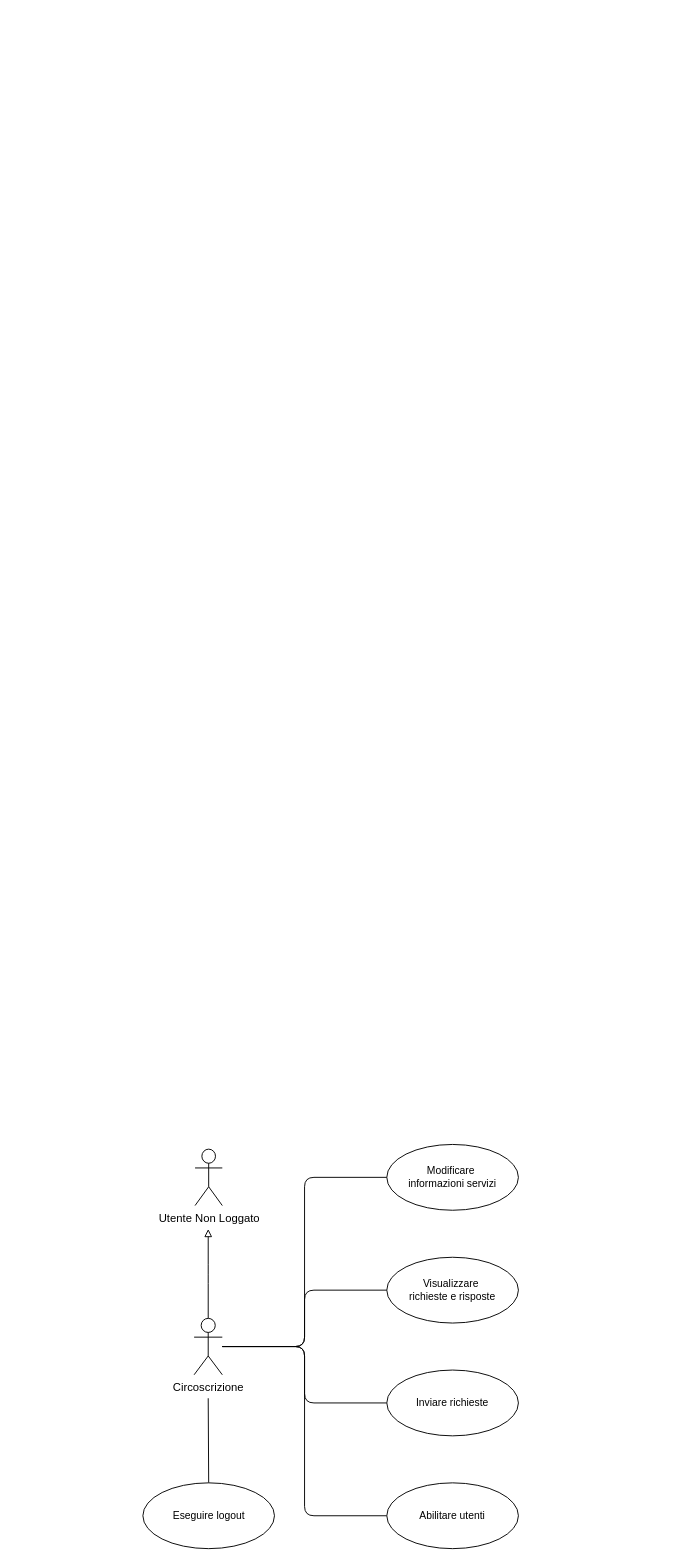
Above: page "circoscrizione" (3 of 6) of deliverable/images/UseCase_diagrams/UseCase.drawio in lucafano04/progettoIngenieriaSoftware (draw.io), before the change. Source tidied: cells renumbered, new cells numbered last; positions are measured from the earlier drawing's top-left corner, leaving out a move shared by most shapes. Both pictures are drawn from the tidied source at 94%, with x=0, y=0 at pixel (143, 1144).
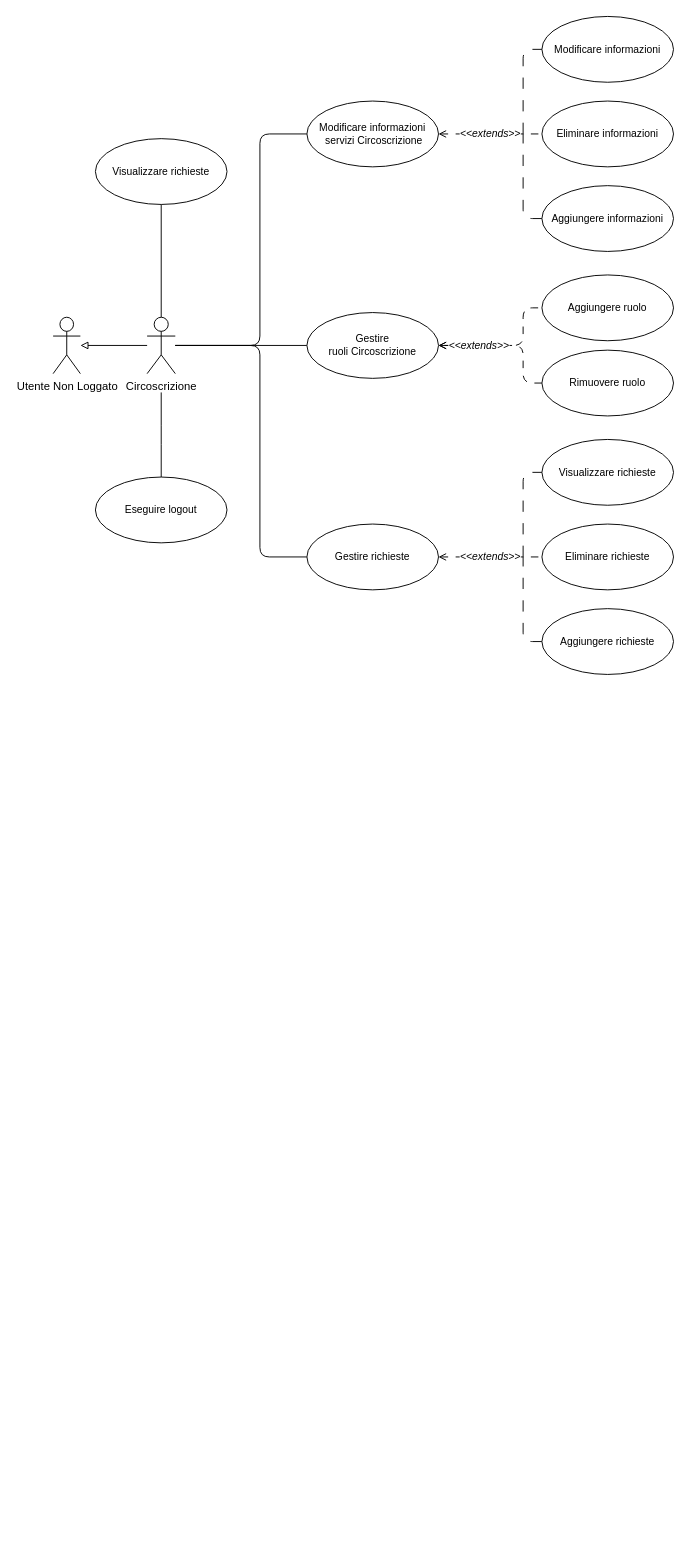
The same page after the edit.

Change to the diagram source:
```diff
@@
+    <mxCell id="15" style="edgeStyle=orthogonalEdgeStyle;rounded=0;jettySize=auto;html=1;endArrow=block;endFill=0;" parent="1" edge="1" source="11" target="2">
+      <mxGeometry relative="1" as="geometry" />
+    </mxCell>
+    <mxCell id="16" style="edgeStyle=orthogonalEdgeStyle;rounded=1;jettySize=auto;html=1;entryX=0;entryY=0.5;entryDx=0;entryDy=0;curved=0;endArrow=none;startFill=0;" parent="1" edge="1" source="11" target="25">
+      <mxGeometry relative="1" as="geometry">
+        <Array as="points">
+          <mxPoint x="124" y="-850" />
+          <mxPoint x="124" y="-1075" />
+        </Array>
+      </mxGeometry>
+    </mxCell>
+    <mxCell id="17" style="edgeStyle=orthogonalEdgeStyle;shape=connector;curved=0;rounded=1;jettySize=auto;html=1;strokeColor=default;align=center;verticalAlign=middle;fontFamily=Helvetica;fontSize=11;fontColor=default;labelBackgroundColor=default;startFill=0;endArrow=none;" parent="1" edge="1" source="11" target="23">
+      <mxGeometry relative="1" as="geometry" />
+    </mxCell>
+    <mxCell id="18" style="edgeStyle=orthogonalEdgeStyle;shape=connector;curved=0;rounded=1;jettySize=auto;html=1;entryX=0;entryY=0.5;entryDx=0;entryDy=0;strokeColor=default;align=center;verticalAlign=middle;fontFamily=Helvetica;fontSize=11;fontColor=default;labelBackgroundColor=default;startFill=0;endArrow=none;" parent="1" edge="1" source="11" target="35">
+      <mxGeometry relative="1" as="geometry">
+        <Array as="points">
+          <mxPoint x="124" y="-850" />
+          <mxPoint x="124" y="-625" />
+        </Array>
+      </mxGeometry>
+    </mxCell>
+    <mxCell id="19" style="edgeStyle=orthogonalEdgeStyle;shape=connector;curved=0;rounded=1;jettySize=auto;html=1;entryX=0.5;entryY=1;entryDx=0;entryDy=0;strokeColor=default;align=center;verticalAlign=middle;fontFamily=Helvetica;fontSize=11;fontColor=default;labelBackgroundColor=default;startFill=0;endArrow=none;" parent="1" edge="1" source="11" target="20">
+      <mxGeometry relative="1" as="geometry" />
+    </mxCell>
+    <mxCell id="11" value="Circoscrizione" style="shape=umlActor;verticalLabelPosition=bottom;verticalAlign=top;html=1;outlineConnect=0;" parent="1" vertex="1">
+      <mxGeometry x="4" y="-880" width="30" height="60" as="geometry" />
+    </mxCell>
     <mxCell id="2" value="Utente Non Loggato" style="shape=umlActor;verticalLabelPosition=bottom;verticalAlign=top;html=1;outlineConnect=0;" parent="1" vertex="1">
-      <mxGeometry x="55" y="5" width="29" height="60" as="geometry" />
+      <mxGeometry x="-96" y="-880" width="29" height="60" as="geometry" />
     </mxCell>
-    <mxCell id="3" value="Modificare&amp;nbsp;&lt;div&gt;informazioni servizi&lt;/div&gt;" style="ellipse;whiteSpace=wrap;html=1;fontFamily=Helvetica;fontSize=11;fontColor=default;labelBackgroundColor=default;" parent="1" vertex="1">
-      <mxGeometry x="259" width="140" height="70" as="geometry" />
-    </mxCell>
-    <mxCell id="4" value="Visualizzare&amp;nbsp;&lt;div&gt;richieste e risposte&lt;/div&gt;" style="ellipse;whiteSpace=wrap;html=1;fontFamily=Helvetica;fontSize=11;fontColor=default;labelBackgroundColor=default;" parent="1" vertex="1">
-      <mxGeometry x="259" y="120" width="140" height="70" as="geometry" />
-    </mxCell>
-    <mxCell id="5" style="edgeStyle=orthogonalEdgeStyle;shape=connector;curved=0;rounded=1;jettySize=auto;html=1;strokeColor=default;align=center;verticalAlign=middle;fontFamily=Helvetica;fontSize=11;fontColor=default;labelBackgroundColor=default;endArrow=none;endFill=0;entryX=0;entryY=0.5;entryDx=0;entryDy=0;" parent="1" edge="1" source="11" target="4">
-      <mxGeometry relative="1" as="geometry" />
-    </mxCell>
-    <mxCell id="6" style="edgeStyle=orthogonalEdgeStyle;shape=connector;curved=0;rounded=1;jettySize=auto;html=1;entryX=0;entryY=0.5;entryDx=0;entryDy=0;strokeColor=default;align=center;verticalAlign=middle;fontFamily=Helvetica;fontSize=11;fontColor=default;labelBackgroundColor=default;endArrow=none;endFill=0;" parent="1" edge="1" source="11" target="3">
-      <mxGeometry relative="1" as="geometry" />
-    </mxCell>
-    <mxCell id="7" style="edgeStyle=orthogonalEdgeStyle;shape=connector;curved=0;rounded=1;jettySize=auto;html=1;entryX=0;entryY=0.5;entryDx=0;entryDy=0;strokeColor=default;align=center;verticalAlign=middle;fontFamily=Helvetica;fontSize=11;fontColor=default;labelBackgroundColor=default;endArrow=none;endFill=0;" parent="1" edge="1" source="11" target="12">
-      <mxGeometry relative="1" as="geometry" />
-    </mxCell>
-    <mxCell id="8" style="edgeStyle=orthogonalEdgeStyle;shape=connector;curved=0;rounded=1;jettySize=auto;html=1;entryX=0;entryY=0.5;entryDx=0;entryDy=0;strokeColor=default;align=center;verticalAlign=middle;fontFamily=Helvetica;fontSize=11;fontColor=default;labelBackgroundColor=default;endArrow=none;endFill=0;" parent="1" edge="1" source="11" target="13">
-      <mxGeometry relative="1" as="geometry" />
-    </mxCell>
-    <mxCell id="9" style="edgeStyle=orthogonalEdgeStyle;shape=connector;curved=0;rounded=1;jettySize=auto;html=1;strokeColor=default;align=center;verticalAlign=middle;fontFamily=Helvetica;fontSize=11;fontColor=default;labelBackgroundColor=default;endArrow=block;endFill=0;" parent="1" edge="1" source="11">
-      <mxGeometry relative="1" as="geometry">
-        <mxPoint x="69" y="90" as="targetPoint" />
-      </mxGeometry>
-    </mxCell>
-    <mxCell id="10" style="edgeStyle=orthogonalEdgeStyle;shape=connector;curved=0;rounded=1;jettySize=auto;html=1;strokeColor=default;align=center;verticalAlign=middle;fontFamily=Helvetica;fontSize=11;fontColor=default;labelBackgroundColor=default;endArrow=none;endFill=0;entryX=0.5;entryY=0;entryDx=0;entryDy=0;" parent="1" edge="1" target="14">
-      <mxGeometry relative="1" as="geometry">
-        <mxPoint x="69" y="270" as="sourcePoint" />
-      </mxGeometry>
-    </mxCell>
-    <mxCell id="11" value="Circoscrizione" style="shape=umlActor;verticalLabelPosition=bottom;verticalAlign=top;html=1;outlineConnect=0;" parent="1" vertex="1">
-      <mxGeometry x="54" y="185" width="30" height="60" as="geometry" />
-    </mxCell>
-    <mxCell id="12" value="Inviare richieste" style="ellipse;whiteSpace=wrap;html=1;fontFamily=Helvetica;fontSize=11;fontColor=default;labelBackgroundColor=default;" parent="1" vertex="1">
-      <mxGeometry x="259" y="240" width="140" height="70" as="geometry" />
-    </mxCell>
-    <mxCell id="13" value="Abilitare utenti" style="ellipse;whiteSpace=wrap;html=1;fontFamily=Helvetica;fontSize=11;fontColor=default;labelBackgroundColor=default;" parent="1" vertex="1">
-      <mxGeometry x="259" y="360" width="140" height="70" as="geometry" />
-    </mxCell>
+    <mxCell id="20" value="Visualizzare richieste" style="ellipse;whiteSpace=wrap;html=1;fontFamily=Helvetica;fontSize=11;fontColor=default;labelBackgroundColor=default;" parent="1" vertex="1">
+      <mxGeometry x="-51" y="-1070" width="140" height="70" as="geometry" />
+    </mxCell>
+    <mxCell id="21" style="edgeStyle=orthogonalEdgeStyle;shape=connector;curved=0;rounded=1;jettySize=auto;html=1;strokeColor=default;align=center;verticalAlign=middle;fontFamily=Helvetica;fontSize=11;fontColor=default;labelBackgroundColor=default;startFill=0;endArrow=none;" parent="1" edge="1" source="14">
+      <mxGeometry relative="1" as="geometry">
+        <mxPoint x="19" y="-800" as="targetPoint" />
+      </mxGeometry>
+    </mxCell>
     <mxCell id="14" value="Eseguire logout" style="ellipse;whiteSpace=wrap;html=1;fontFamily=Helvetica;fontSize=11;fontColor=default;labelBackgroundColor=default;" parent="1" vertex="1">
-      <mxGeometry x="-0.5" y="360" width="140" height="70" as="geometry" />
+      <mxGeometry x="-51" y="-710" width="140" height="70" as="geometry" />
     </mxCell>
+    <mxCell id="22" style="edgeStyle=orthogonalEdgeStyle;rounded=1;jettySize=auto;html=1;curved=0;dashed=1;dashPattern=8 8;endArrow=none;startFill=0;startArrow=open;" parent="1" edge="1" source="23" target="33">
+      <mxGeometry relative="1" as="geometry">
+        <Array as="points">
+          <mxPoint x="404" y="-850" />
+          <mxPoint x="404" y="-890" />
+        </Array>
+      </mxGeometry>
+    </mxCell>
+    <mxCell id="23" value="Gestire&lt;div&gt;ruoli Circoscrizione&lt;/div&gt;" style="ellipse;whiteSpace=wrap;html=1;fontFamily=Helvetica;fontSize=11;fontColor=default;labelBackgroundColor=default;" parent="1" vertex="1">
+      <mxGeometry x="174" y="-885" width="140" height="70" as="geometry" />
+    </mxCell>
+    <mxCell id="24" value="&amp;lt;&amp;lt;extends&amp;gt;&amp;gt;" style="edgeStyle=orthogonalEdgeStyle;rounded=1;jettySize=auto;html=1;entryX=0;entryY=0.5;entryDx=0;entryDy=0;curved=0;dashed=1;dashPattern=8 8;endArrow=none;endFill=0;fontStyle=2;startArrow=open;startFill=0;" parent="1" edge="1" source="25" target="27">
+      <mxGeometry relative="1" as="geometry" />
+    </mxCell>
+    <mxCell id="25" value="Modificare informazioni&lt;div&gt;&amp;nbsp;servizi Circoscrizione&lt;/div&gt;" style="ellipse;whiteSpace=wrap;html=1;fontFamily=Helvetica;fontSize=11;fontColor=default;labelBackgroundColor=default;" parent="1" vertex="1">
+      <mxGeometry x="174" y="-1110" width="140" height="70" as="geometry" />
+    </mxCell>
+    <mxCell id="26" value="Modificare informazioni" style="ellipse;whiteSpace=wrap;html=1;fontFamily=Helvetica;fontSize=11;fontColor=default;labelBackgroundColor=default;" parent="1" vertex="1">
+      <mxGeometry x="424" y="-1200" width="140" height="70" as="geometry" />
+    </mxCell>
+    <mxCell id="27" value="Eliminare informazioni" style="ellipse;whiteSpace=wrap;html=1;fontFamily=Helvetica;fontSize=11;fontColor=default;labelBackgroundColor=default;" parent="1" vertex="1">
+      <mxGeometry x="424" y="-1110" width="140" height="70" as="geometry" />
+    </mxCell>
+    <mxCell id="28" style="edgeStyle=orthogonalEdgeStyle;rounded=1;jettySize=auto;html=1;endArrow=none;endFill=0;startFill=0;dashed=1;dashPattern=12 12;curved=0;" parent="1" edge="1" source="29">
+      <mxGeometry relative="1" as="geometry">
+        <mxPoint x="404" y="-1075" as="targetPoint" />
+      </mxGeometry>
+    </mxCell>
+    <mxCell id="29" value="Aggiungere informazioni" style="ellipse;whiteSpace=wrap;html=1;fontFamily=Helvetica;fontSize=11;fontColor=default;labelBackgroundColor=default;" parent="1" vertex="1">
+      <mxGeometry x="424" y="-1020" width="140" height="70" as="geometry" />
+    </mxCell>
+    <mxCell id="30" style="edgeStyle=orthogonalEdgeStyle;rounded=1;jettySize=auto;html=1;endArrow=none;endFill=0;startFill=0;dashed=1;dashPattern=12 12;curved=0;entryX=0;entryY=0.5;entryDx=0;entryDy=0;" parent="1" edge="1" target="26">
+      <mxGeometry relative="1" as="geometry">
+        <mxPoint x="404" y="-1075" as="sourcePoint" />
+        <Array as="points">
+          <mxPoint x="404" y="-1165" />
+        </Array>
+      </mxGeometry>
+    </mxCell>
+    <mxCell id="31" value="&lt;i&gt;&amp;lt;&amp;lt;extends&amp;gt;&amp;gt;&lt;/i&gt;" style="edgeStyle=orthogonalEdgeStyle;rounded=1;jettySize=auto;html=1;entryX=1;entryY=0.5;entryDx=0;entryDy=0;curved=0;endArrow=open;endFill=0;dashed=1;dashPattern=8 8;" parent="1" edge="1" source="32" target="23">
+      <mxGeometry x="0.43" relative="1" as="geometry">
+        <Array as="points">
+          <mxPoint x="404" y="-810" />
+          <mxPoint x="404" y="-850" />
+        </Array>
+      </mxGeometry>
+    </mxCell>
+    <mxCell id="32" value="Rimuovere ruolo" style="ellipse;whiteSpace=wrap;html=1;fontFamily=Helvetica;fontSize=11;fontColor=default;labelBackgroundColor=default;" parent="1" vertex="1">
+      <mxGeometry x="424" y="-845" width="140" height="70" as="geometry" />
+    </mxCell>
+    <mxCell id="33" value="Aggiungere ruolo" style="ellipse;whiteSpace=wrap;html=1;fontFamily=Helvetica;fontSize=11;fontColor=default;labelBackgroundColor=default;" parent="1" vertex="1">
+      <mxGeometry x="424" y="-925" width="140" height="70" as="geometry" />
+    </mxCell>
+    <mxCell id="34" value="&amp;lt;&amp;lt;extends&amp;gt;&amp;gt;" style="edgeStyle=orthogonalEdgeStyle;rounded=1;jettySize=auto;html=1;entryX=0;entryY=0.5;entryDx=0;entryDy=0;curved=0;dashed=1;dashPattern=8 8;endArrow=none;endFill=0;fontStyle=2;startArrow=open;startFill=0;" parent="1" edge="1" source="35" target="37">
+      <mxGeometry relative="1" as="geometry" />
+    </mxCell>
+    <mxCell id="35" value="Gestire richieste" style="ellipse;whiteSpace=wrap;html=1;fontFamily=Helvetica;fontSize=11;fontColor=default;labelBackgroundColor=default;" parent="1" vertex="1">
+      <mxGeometry x="174" y="-660" width="140" height="70" as="geometry" />
+    </mxCell>
+    <mxCell id="36" value="Visualizzare richieste" style="ellipse;whiteSpace=wrap;html=1;fontFamily=Helvetica;fontSize=11;fontColor=default;labelBackgroundColor=default;" parent="1" vertex="1">
+      <mxGeometry x="424" y="-750" width="140" height="70" as="geometry" />
+    </mxCell>
+    <mxCell id="37" value="Eliminare richieste" style="ellipse;whiteSpace=wrap;html=1;fontFamily=Helvetica;fontSize=11;fontColor=default;labelBackgroundColor=default;" parent="1" vertex="1">
+      <mxGeometry x="424" y="-660" width="140" height="70" as="geometry" />
+    </mxCell>
+    <mxCell id="38" style="edgeStyle=orthogonalEdgeStyle;rounded=1;jettySize=auto;html=1;endArrow=none;endFill=0;startFill=0;dashed=1;dashPattern=12 12;curved=0;" parent="1" edge="1" source="39">
+      <mxGeometry relative="1" as="geometry">
+        <mxPoint x="404" y="-625" as="targetPoint" />
+      </mxGeometry>
+    </mxCell>
+    <mxCell id="39" value="Aggiungere richieste" style="ellipse;whiteSpace=wrap;html=1;fontFamily=Helvetica;fontSize=11;fontColor=default;labelBackgroundColor=default;" parent="1" vertex="1">
+      <mxGeometry x="424" y="-570" width="140" height="70" as="geometry" />
+    </mxCell>
+    <mxCell id="40" style="edgeStyle=orthogonalEdgeStyle;rounded=1;jettySize=auto;html=1;endArrow=none;endFill=0;startFill=0;dashed=1;dashPattern=12 12;curved=0;entryX=0;entryY=0.5;entryDx=0;entryDy=0;" parent="1" edge="1" target="36">
+      <mxGeometry relative="1" as="geometry">
+        <mxPoint x="404" y="-625" as="sourcePoint" />
+        <Array as="points">
+          <mxPoint x="404" y="-715" />
+        </Array>
+      </mxGeometry>
+    </mxCell>
```
